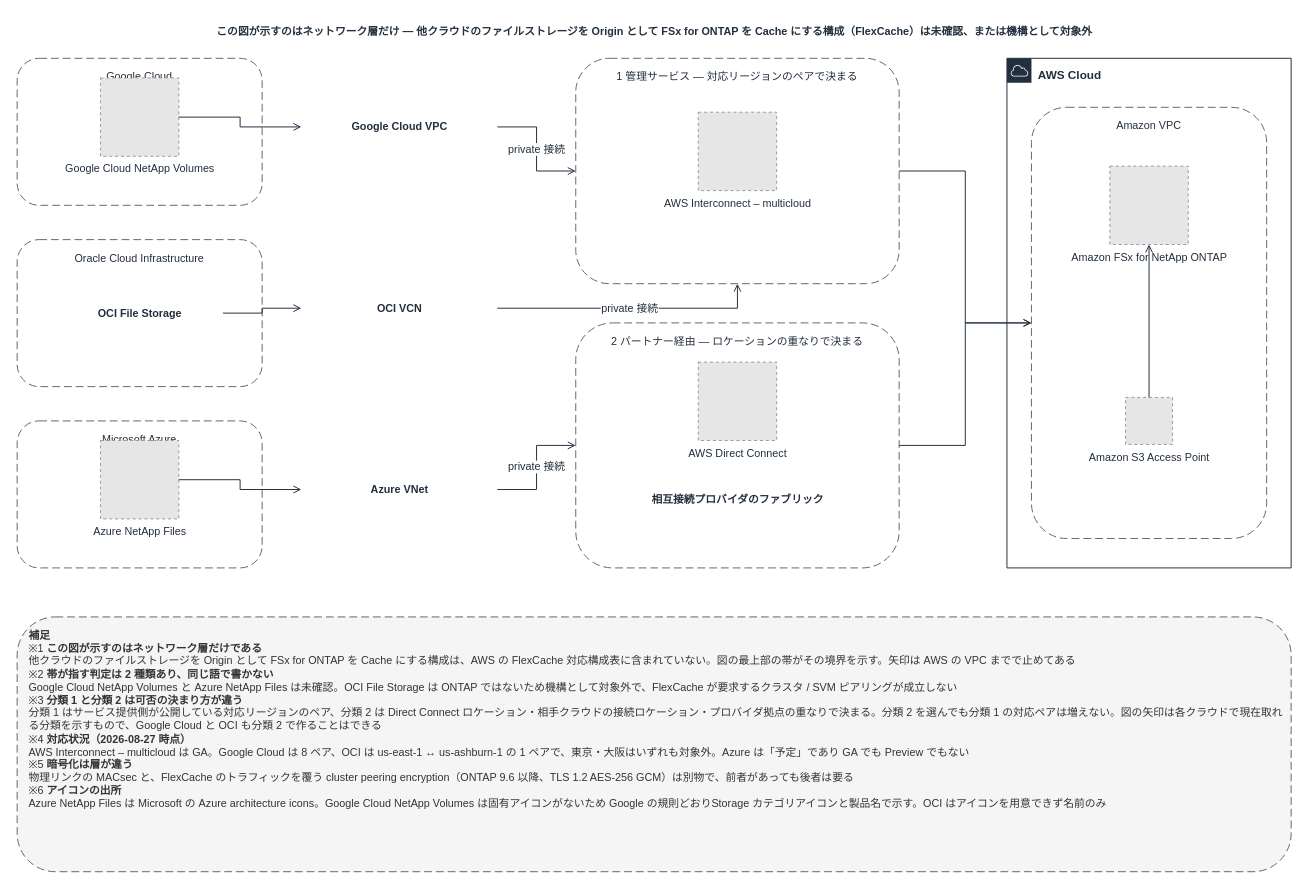
The draw.io diagram docs/_assets/diagrams/s3burst-cross-cloud-connectivity.drawio in Yoshiki0705/S3-Burst-on-ONTAP-Files, before the edit. Source tidied: cells renumbered, new cells numbered last; positions are measured from the earlier drawing's top-left corner, leaving out a move shared by most shapes. Both pictures are drawn from the tidied source at 98%, with x=0, y=0 at pixel (17, 17). Pictures stored in the file or linked from it are replaced by grey dashed boxes.
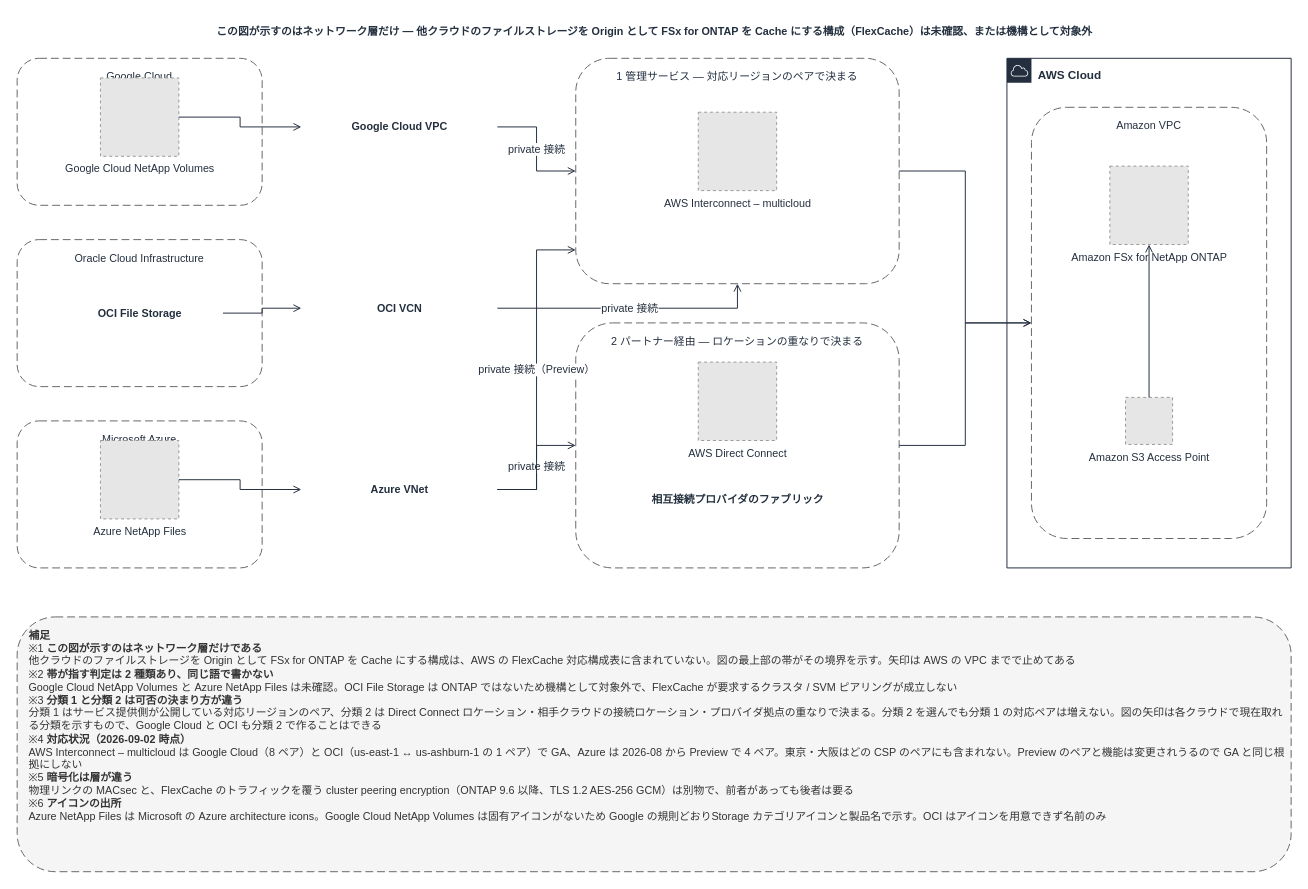
The same page after the edit.

Unchanged cells that the change refers to:
```xml
<mxCell id="6" value="1 管理サービス — 対応リージョンのペアで決まる" style="rounded=1;whiteSpace=wrap;html=1;dashed=1;dashPattern=8 4;strokeColor=#666666;fillColor=none;fontColor=#232F3E;fontSize=11;verticalAlign=top;align=center;spacingTop=6;" parent="1" vertex="1">
  <mxGeometry x="570" y="42" width="330" height="230" as="geometry" />
</mxCell>
<mxCell id="12" value="Azure VNet" style="text;html=1;strokeColor=none;fillColor=none;align=center;verticalAlign=middle;fontSize=11;fontStyle=1;fontColor=#232F3E;" parent="1" vertex="1">
  <mxGeometry x="290" y="472" width="200" height="20" as="geometry" />
</mxCell>
```

What changed in the source:
```diff
@@
+    <mxCell id="31" value="private 接続（Preview）" style="edgeStyle=orthogonalEdgeStyle;rounded=0;html=1;endArrow=open;endFill=0;strokeColor=#232F3E;strokeWidth=1;fontSize=11;fontColor=#232F3E;entryX=0.0;entryY=0.85;entryDx=0;entryDy=0;" parent="1" edge="1" source="12" target="6">
+      <mxGeometry relative="1" as="geometry" />
+    </mxCell>
@@
-    <mxCell id="30" value="&lt;b&gt;補足&lt;/b&gt;&lt;br&gt;※1 &lt;b&gt;この図が示すのはネットワーク層だけである&lt;/b&gt;&lt;br&gt;他クラウドのファイルストレージを Origin として FSx for ONTAP を Cache にする構成は、AWS の FlexCache 対応構成表に含まれていない。図の最上部の帯がその境界を示す。矢印は AWS の VPC までで止めてある&lt;br&gt;※2 &lt;b&gt;帯が指す判定は 2 種類あり、同じ語で書かない&lt;/b&gt;&lt;br&gt;Google Cloud NetApp Volumes と Azure NetApp Files は未確認。OCI File Storage は ONTAP ではないため機構として対象外で、FlexCache が要求するクラスタ / SVM ピアリングが成立しない&lt;br&gt;※3 &lt;b&gt;分類 1 と分類 2 は可否の決まり方が違う&lt;/b&gt;&lt;br&gt;分類 1 はサービス提供側が公開している対応リージョンのペア、分類 2 は Direct Connect ロケーション・相手クラウドの接続ロケーション・プロバイダ拠点の重なりで決まる。分類 2 を選んでも分類 1 の対応ペアは増えない。図の矢印は各クラウドで現在取れる分類を示すもので、Google Cloud と OCI も分類 2 で作ることはできる&lt;br&gt;※4 &lt;b&gt;対応状況（2026-08-27 時点）&lt;/b&gt;&lt;br&gt;AWS Interconnect – multicloud は GA。Google Cloud は 8 ペア、OCI は us-east-1 ↔ us-ashburn-1 の 1 ペアで、東京・大阪はいずれも対象外。Azure は「予定」であり GA でも Preview でもない&lt;br&gt;※5 &lt;b&gt;暗号化は層が違う&lt;/b&gt;&lt;br&gt;物理リンクの MACsec と、FlexCache のトラフィックを覆う cluster peering encryption（ONTAP 9.6 以降、TLS 1.2 AES-256 GCM）は別物で、前者があっても後者は要る&lt;br&gt;※6 &lt;b&gt;アイコンの出所&lt;/b&gt;&lt;br&gt;Azure NetApp Files は Microsoft の Azure architecture icons。Google Cloud NetApp Volumes は固有アイコンがないため Google の規則どおりStorage カテゴリアイコンと製品名で示す。OCI はアイコンを用意できず名前のみ" style="rounded=1;whiteSpace=wrap;html=1;dashed=1;dashPattern=8 4;strokeColor=#666666;fillColor=#F5F5F5;fontColor=#333333;fontSize=11;align=left;verticalAlign=top;spacingLeft=10;spacingTop=6;" parent="1" vertex="1">
+    <mxCell id="30" value="&lt;b&gt;補足&lt;/b&gt;&lt;br&gt;※1 &lt;b&gt;この図が示すのはネットワーク層だけである&lt;/b&gt;&lt;br&gt;他クラウドのファイルストレージを Origin として FSx for ONTAP を Cache にする構成は、AWS の FlexCache 対応構成表に含まれていない。図の最上部の帯がその境界を示す。矢印は AWS の VPC までで止めてある&lt;br&gt;※2 &lt;b&gt;帯が指す判定は 2 種類あり、同じ語で書かない&lt;/b&gt;&lt;br&gt;Google Cloud NetApp Volumes と Azure NetApp Files は未確認。OCI File Storage は ONTAP ではないため機構として対象外で、FlexCache が要求するクラスタ / SVM ピアリングが成立しない&lt;br&gt;※3 &lt;b&gt;分類 1 と分類 2 は可否の決まり方が違う&lt;/b&gt;&lt;br&gt;分類 1 はサービス提供側が公開している対応リージョンのペア、分類 2 は Direct Connect ロケーション・相手クラウドの接続ロケーション・プロバイダ拠点の重なりで決まる。分類 2 を選んでも分類 1 の対応ペアは増えない。図の矢印は各クラウドで現在取れる分類を示すもので、Google Cloud と OCI も分類 2 で作ることはできる&lt;br&gt;※4 &lt;b&gt;対応状況（2026-09-02 時点）&lt;/b&gt;&lt;br&gt;AWS Interconnect – multicloud は Google Cloud（8 ペア）と OCI（us-east-1 ↔ us-ashburn-1 の 1 ペア）で GA、Azure は 2026-08 から Preview で 4 ペア。東京・大阪はどの CSP のペアにも含まれない。Preview のペアと機能は変更されうるので GA と同じ根拠にしない&lt;br&gt;※5 &lt;b&gt;暗号化は層が違う&lt;/b&gt;&lt;br&gt;物理リンクの MACsec と、FlexCache のトラフィックを覆う cluster peering encryption（ONTAP 9.6 以降、TLS 1.2 AES-256 GCM）は別物で、前者があっても後者は要る&lt;br&gt;※6 &lt;b&gt;アイコンの出所&lt;/b&gt;&lt;br&gt;Azure NetApp Files は Microsoft の Azure architecture icons。Google Cloud NetApp Volumes は固有アイコンがないため Google の規則どおりStorage カテゴリアイコンと製品名で示す。OCI はアイコンを用意できず名前のみ" style="rounded=1;whiteSpace=wrap;html=1;dashed=1;dashPattern=8 4;strokeColor=#666666;fillColor=#F5F5F5;fontColor=#333333;fontSize=11;align=left;verticalAlign=top;spacingLeft=10;spacingTop=6;" parent="1" vertex="1">
       <mxGeometry y="612" width="1300" height="260" as="geometry" />
     </mxCell>
```
